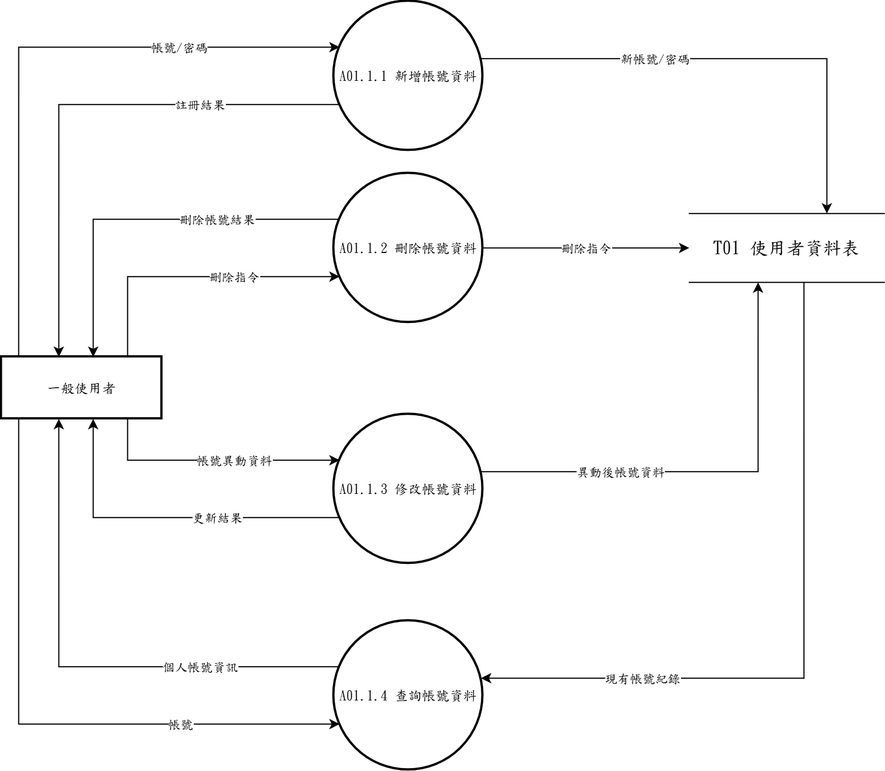
Earlier version of the draw.io export 系統文件/第6章/DFD圖/圖1/新/圖1-1.drawio.png (s22452007/115502). Source tidied: cells renumbered, new cells last; positions are measured from the earlier drawing's top-left corner, leaving out a move shared by most shapes.
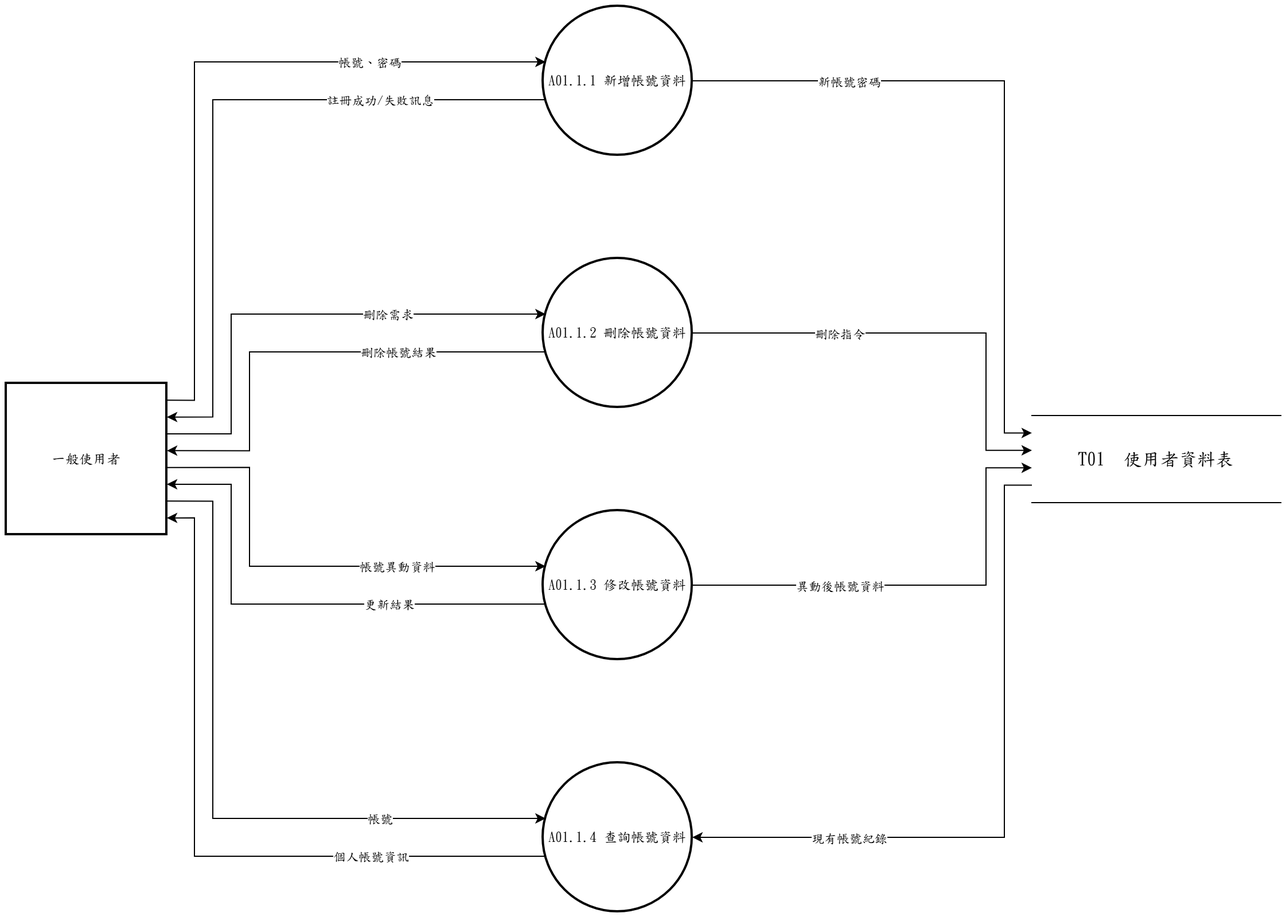
Later version of the same file.

The edit, as a diff of the source:
```diff
@@ -2,139 +2,155 @@
   <root>
     <mxCell id="0" />
     <mxCell id="1" parent="0" />
-    <mxCell id="2" value="一般使用者" style="whiteSpace=wrap;strokeWidth=2;fontFamily=標楷體;" parent="1" vertex="1">
-      <mxGeometry y="310" width="140" height="54" as="geometry" />
-    </mxCell>
-    <mxCell id="3" value="A01.1.1 新增帳號資料" style="ellipse;strokeWidth=2;whiteSpace=wrap;fontFamily=標楷體;" parent="1" vertex="1">
-      <mxGeometry x="290" width="130" height="130" as="geometry" />
+    <mxCell id="3" value="A01.1.1 新增帳號資料" style="ellipse;strokeWidth=2;whiteSpace=wrap;html=1;fontFamily=標楷體;" parent="1" vertex="1">
+      <mxGeometry x="468" y="40" width="130" height="130" as="geometry" />
     </mxCell>
-    <mxCell id="4" value="A01.1.2 刪除帳號資料" style="ellipse;strokeWidth=2;whiteSpace=wrap;fontFamily=標楷體;" parent="1" vertex="1">
-      <mxGeometry x="290" y="150" width="130" height="130" as="geometry" />
+    <mxCell id="4" value="A01.1.2 刪除帳號資料" style="ellipse;strokeWidth=2;whiteSpace=wrap;html=1;fontFamily=標楷體;" parent="1" vertex="1">
+      <mxGeometry x="468" y="260" width="130" height="130" as="geometry" />
     </mxCell>
-    <mxCell id="5" value="A01.1.3 修改帳號資料" style="ellipse;strokeWidth=2;whiteSpace=wrap;fontFamily=標楷體;" parent="1" vertex="1">
-      <mxGeometry x="290" y="360" width="130" height="130" as="geometry" />
+    <mxCell id="5" value="A01.1.3 修改帳號資料" style="ellipse;strokeWidth=2;whiteSpace=wrap;html=1;fontFamily=標楷體;" parent="1" vertex="1">
+      <mxGeometry x="468" y="480" width="130" height="130" as="geometry" />
     </mxCell>
-    <mxCell id="6" value="A01.1.4 查詢帳號資料" style="ellipse;strokeWidth=2;whiteSpace=wrap;fontFamily=標楷體;" parent="1" vertex="1">
-      <mxGeometry x="290" y="540" width="130" height="130" as="geometry" />
+    <mxCell id="6" value="A01.1.4 查詢帳號資料" style="ellipse;strokeWidth=2;whiteSpace=wrap;html=1;fontFamily=標楷體;" parent="1" vertex="1">
+      <mxGeometry x="468" y="700" width="130" height="130" as="geometry" />
     </mxCell>
+    <mxCell id="2" value="一般使用者" style="whiteSpace=wrap;strokeWidth=2;html=1;fontFamily=標楷體;" parent="1" vertex="1">
+      <mxGeometry y="369" width="140" height="132" as="geometry" />
+    </mxCell>
-    <mxCell id="7" value="&lt;span lang=&quot;EN-US&quot; style=&quot;font-size: 12pt;&quot;&gt;T01&amp;nbsp;&lt;/span&gt;&lt;span style=&quot;font-size: 12pt;&quot;&gt;使用者資料表&lt;/span&gt;" style="shape=partialRectangle;whiteSpace=wrap;html=1;left=0;right=0;fontFamily=標楷體;" parent="1" vertex="1">
-      <mxGeometry x="600" y="185" width="170" height="60" as="geometry" />
+    <mxCell id="7" value="T01  使用者資料表" style="shape=partialRectangle;whiteSpace=wrap;html=1;left=0;right=0;fontFamily=標楷體;fontSize=16;" parent="1" vertex="1">
+      <mxGeometry x="894" y="397" width="217" height="76" as="geometry" />
     </mxCell>
-    <mxCell id="8" style="edgeStyle=orthogonalEdgeStyle;rounded=0;jettySize=auto;html=1;exitX=0.1071;exitY=0.0000;exitDx=0;exitDy=0;exitPerimeter=0;entryX=0.0385;entryY=0.3077;entryDx=0;entryDy=0;entryPerimeter=0;" parent="1" edge="1" source="2" target="3">
+    <mxCell id="8" style="edgeStyle=none;rounded=0;html=1;fontFamily=標楷體;endArrow=classic;exitX=1.0000;exitY=0.1111;exitDx=0;exitDy=0;exitPerimeter=0;entryX=0.0163;entryY=0.3733;entryDx=0;entryDy=0;entryPerimeter=0;" parent="1" edge="1" source="2" target="3">
       <mxGeometry relative="1" as="geometry">
         <Array as="points">
-          <mxPoint x="15" y="40" />
+          <mxPoint x="164" y="383.7" />
+          <mxPoint x="164" y="88.5" />
         </Array>
       </mxGeometry>
     </mxCell>
-    <mxCell id="9" value="帳號/密碼" style="edgeLabel;html=1;align=center;verticalAlign=middle;fontFamily=標楷體;" parent="8" vertex="1">
-      <mxGeometry x="0.49" relative="1" as="geometry" />
-    </mxCell>
+    <mxCell id="32" value="帳號、密碼" style="edgeLabel;html=1;align=center;verticalAlign=middle;fontFamily=標楷體;" parent="8" vertex="1">
+      <mxGeometry x="0.51" relative="1" as="geometry" />
+    </mxCell>
-    <mxCell id="10" style="edgeStyle=orthogonalEdgeStyle;rounded=0;jettySize=auto;html=1;exitX=0.0385;exitY=0.6923;exitDx=0;exitDy=0;exitPerimeter=0;entryX=0.3571;entryY=0.0000;entryDx=0;entryDy=0;entryPerimeter=0;" parent="1" edge="1" source="3" target="2">
+    <mxCell id="10" style="edgeStyle=none;rounded=0;html=1;fontFamily=標楷體;endArrow=classic;exitX=0.0163;exitY=0.6267;exitDx=0;exitDy=0;exitPerimeter=0;entryX=1.0000;entryY=0.2222;entryDx=0;entryDy=0;entryPerimeter=0;" parent="1" edge="1" source="3" target="2">
       <mxGeometry relative="1" as="geometry">
         <Array as="points">
-          <mxPoint x="50" y="90" />
+          <mxPoint x="180" y="121.5" />
+          <mxPoint x="180" y="398.3" />
         </Array>
       </mxGeometry>
     </mxCell>
-    <mxCell id="11" value="註冊結果" style="edgeLabel;html=1;align=center;verticalAlign=middle;fontFamily=標楷體;" parent="10" vertex="1">
-      <mxGeometry x="-0.47" relative="1" as="geometry" />
-    </mxCell>
+    <mxCell id="33" value="註冊成功/失敗訊息" style="edgeLabel;html=1;align=center;verticalAlign=middle;fontFamily=標楷體;" parent="10" vertex="1">
+      <mxGeometry x="-0.52" relative="1" as="geometry" />
+    </mxCell>
+    <mxCell id="24" style="edgeStyle=none;rounded=0;html=1;fontFamily=標楷體;endArrow=classic;exitX=1.0000;exitY=0.5000;exitDx=0;exitDy=0;exitPerimeter=0;entryX=0.0000;entryY=0.2000;entryDx=0;entryDy=0;entryPerimeter=0;" parent="1" edge="1" source="3" target="7">
+      <mxGeometry relative="1" as="geometry">
+        <Array as="points">
+          <mxPoint x="870" y="105" />
+          <mxPoint x="870" y="412.2" />
+        </Array>
+      </mxGeometry>
+    </mxCell>
+    <mxCell id="34" value="新帳號密碼" style="edgeLabel;html=1;align=center;verticalAlign=middle;fontFamily=標楷體;" parent="24" vertex="1">
+      <mxGeometry x="-0.55" relative="1" as="geometry" />
+    </mxCell>
+    <mxCell id="14" style="edgeStyle=none;rounded=0;html=1;fontFamily=標楷體;endArrow=classic;exitX=1.0000;exitY=0.3333;exitDx=0;exitDy=0;exitPerimeter=0;entryX=0.0163;entryY=0.3733;entryDx=0;entryDy=0;entryPerimeter=0;" parent="1" edge="1" source="2" target="4">
+      <mxGeometry relative="1" as="geometry">
+        <Array as="points">
+          <mxPoint x="196" y="413" />
+          <mxPoint x="196" y="308.5" />
+        </Array>
+      </mxGeometry>
+    </mxCell>
+    <mxCell id="35" value="刪除需求" style="edgeLabel;html=1;align=center;verticalAlign=middle;fontFamily=標楷體;" parent="14" vertex="1">
+      <mxGeometry x="0.37" relative="1" as="geometry" />
+    </mxCell>
-    <mxCell id="12" style="edgeStyle=orthogonalEdgeStyle;rounded=0;jettySize=auto;html=1;exitX=0.0385;exitY=0.3077;exitDx=0;exitDy=0;exitPerimeter=0;entryX=0.5714;entryY=0.0000;entryDx=0;entryDy=0;entryPerimeter=0;" parent="1" edge="1" source="4" target="2">
+    <mxCell id="12" style="edgeStyle=none;rounded=0;html=1;fontFamily=標楷體;endArrow=classic;exitX=0.0163;exitY=0.6267;exitDx=0;exitDy=0;exitPerimeter=0;entryX=1.0000;entryY=0.4444;entryDx=0;entryDy=0;entryPerimeter=0;" parent="1" edge="1" source="4" target="2">
       <mxGeometry relative="1" as="geometry">
         <Array as="points">
-          <mxPoint x="80" y="190" />
+          <mxPoint x="212" y="341.5" />
+          <mxPoint x="212" y="427.7" />
         </Array>
       </mxGeometry>
     </mxCell>
     <mxCell id="13" value="刪除帳號結果" style="edgeLabel;html=1;align=center;verticalAlign=middle;fontFamily=標楷體;" parent="12" vertex="1">
-      <mxGeometry x="-0.36" relative="1" as="geometry" />
+      <mxGeometry x="-0.38" relative="1" as="geometry" />
     </mxCell>
-    <mxCell id="14" style="edgeStyle=orthogonalEdgeStyle;rounded=0;jettySize=auto;html=1;exitX=0.7857;exitY=0.0000;exitDx=0;exitDy=0;exitPerimeter=0;entryX=0.0385;entryY=0.6923;entryDx=0;entryDy=0;entryPerimeter=0;" parent="1" edge="1" source="2" target="4">
-      <mxGeometry relative="1" as="geometry">
-        <Array as="points">
-          <mxPoint x="110" y="240" />
-        </Array>
-      </mxGeometry>
-    </mxCell>
-    <mxCell id="15" value="刪除指令" style="edgeLabel;html=1;align=center;verticalAlign=middle;fontFamily=標楷體;" parent="14" vertex="1">
-      <mxGeometry x="0.27" relative="1" as="geometry" />
-    </mxCell>
+    <mxCell id="26" style="edgeStyle=none;rounded=0;html=1;fontFamily=標楷體;endArrow=classic;exitX=1.0000;exitY=0.5000;exitDx=0;exitDy=0;exitPerimeter=0;entryX=0.0000;entryY=0.4000;entryDx=0;entryDy=0;entryPerimeter=0;" parent="1" edge="1" source="4" target="7">
+      <mxGeometry relative="1" as="geometry">
+        <Array as="points">
+          <mxPoint x="854" y="325" />
+          <mxPoint x="854" y="427.4" />
+        </Array>
+      </mxGeometry>
+    </mxCell>
+    <mxCell id="36" value="刪除指令" style="edgeLabel;html=1;align=center;verticalAlign=middle;fontFamily=標楷體;" parent="26" vertex="1">
+      <mxGeometry x="-0.36" relative="1" as="geometry" />
+    </mxCell>
-    <mxCell id="16" style="edgeStyle=orthogonalEdgeStyle;rounded=0;jettySize=auto;html=1;exitX=0.7857;exitY=1.0000;exitDx=0;exitDy=0;exitPerimeter=0;entryX=0.0385;entryY=0.3077;entryDx=0;entryDy=0;entryPerimeter=0;" parent="1" edge="1" source="2" target="5">
+    <mxCell id="16" style="edgeStyle=none;rounded=0;html=1;fontFamily=標楷體;endArrow=classic;exitX=1.0000;exitY=0.5556;exitDx=0;exitDy=0;exitPerimeter=0;entryX=0.0163;entryY=0.3733;entryDx=0;entryDy=0;entryPerimeter=0;" parent="1" edge="1" source="2" target="5">
       <mxGeometry relative="1" as="geometry">
         <Array as="points">
-          <mxPoint x="110" y="400" />
+          <mxPoint x="212" y="442.3" />
+          <mxPoint x="212" y="528.5" />
         </Array>
       </mxGeometry>
     </mxCell>
     <mxCell id="17" value="帳號異動資料" style="edgeLabel;html=1;align=center;verticalAlign=middle;fontFamily=標楷體;" parent="16" vertex="1">
-      <mxGeometry x="0.16" relative="1" as="geometry" />
+      <mxGeometry x="0.38" relative="1" as="geometry" />
     </mxCell>
-    <mxCell id="18" style="edgeStyle=orthogonalEdgeStyle;rounded=0;jettySize=auto;html=1;exitX=0.0385;exitY=0.6923;exitDx=0;exitDy=0;exitPerimeter=0;entryX=0.5714;entryY=1.0000;entryDx=0;entryDy=0;entryPerimeter=0;" parent="1" edge="1" source="5" target="2">
+    <mxCell id="18" style="edgeStyle=none;rounded=0;html=1;fontFamily=標楷體;endArrow=classic;exitX=0.0163;exitY=0.6267;exitDx=0;exitDy=0;exitPerimeter=0;entryX=1.0000;entryY=0.6667;entryDx=0;entryDy=0;entryPerimeter=0;" parent="1" edge="1" source="5" target="2">
       <mxGeometry relative="1" as="geometry">
         <Array as="points">
-          <mxPoint x="80" y="450" />
+          <mxPoint x="196" y="561.5" />
+          <mxPoint x="196" y="457" />
         </Array>
       </mxGeometry>
     </mxCell>
     <mxCell id="19" value="更新結果" style="edgeLabel;html=1;align=center;verticalAlign=middle;fontFamily=標楷體;" parent="18" vertex="1">
-      <mxGeometry x="-0.29" relative="1" as="geometry" />
+      <mxGeometry x="-0.37" relative="1" as="geometry" />
     </mxCell>
+    <mxCell id="28" style="edgeStyle=none;rounded=0;html=1;fontFamily=標楷體;endArrow=classic;exitX=1.0000;exitY=0.5000;exitDx=0;exitDy=0;exitPerimeter=0;entryX=0.0000;entryY=0.6000;entryDx=0;entryDy=0;entryPerimeter=0;" parent="1" edge="1" source="5" target="7">
+      <mxGeometry relative="1" as="geometry">
+        <Array as="points">
+          <mxPoint x="854" y="545" />
+          <mxPoint x="854" y="442.6" />
+        </Array>
+      </mxGeometry>
+    </mxCell>
+    <mxCell id="29" value="異動後帳號資料" style="edgeLabel;html=1;align=center;verticalAlign=middle;fontFamily=標楷體;" parent="28" vertex="1">
+      <mxGeometry x="-0.36" relative="1" as="geometry" />
+    </mxCell>
+    <mxCell id="22" style="edgeStyle=none;rounded=0;html=1;fontFamily=標楷體;endArrow=classic;exitX=1.0000;exitY=0.7778;exitDx=0;exitDy=0;exitPerimeter=0;entryX=0.0163;entryY=0.3733;entryDx=0;entryDy=0;entryPerimeter=0;" parent="1" edge="1" source="2" target="6">
+      <mxGeometry relative="1" as="geometry">
+        <Array as="points">
+          <mxPoint x="180" y="471.7" />
+          <mxPoint x="180" y="748.5" />
+        </Array>
+      </mxGeometry>
+    </mxCell>
+    <mxCell id="23" value="帳號" style="edgeLabel;html=1;align=center;verticalAlign=middle;fontFamily=標楷體;" parent="22" vertex="1">
+      <mxGeometry x="0.52" relative="1" as="geometry" />
+    </mxCell>
+    <mxCell id="30" style="edgeStyle=none;rounded=0;html=1;fontFamily=標楷體;endArrow=classic;exitX=0.0000;exitY=0.8000;exitDx=0;exitDy=0;exitPerimeter=0;entryX=1.0000;entryY=0.5000;entryDx=0;entryDy=0;entryPerimeter=0;" parent="1" edge="1" source="7" target="6">
+      <mxGeometry relative="1" as="geometry">
+        <Array as="points">
+          <mxPoint x="870" y="457.8" />
+          <mxPoint x="870" y="765" />
+        </Array>
+      </mxGeometry>
+    </mxCell>
+    <mxCell id="31" value="現有帳號紀錄" style="edgeLabel;html=1;align=center;verticalAlign=middle;fontFamily=標楷體;" parent="30" vertex="1">
+      <mxGeometry x="0.55" relative="1" as="geometry" />
+    </mxCell>
-    <mxCell id="20" style="edgeStyle=orthogonalEdgeStyle;rounded=0;jettySize=auto;html=1;exitX=0.0385;exitY=0.3077;exitDx=0;exitDy=0;exitPerimeter=0;entryX=0.3571;entryY=1.0000;entryDx=0;entryDy=0;entryPerimeter=0;" parent="1" edge="1" source="6" target="2">
+    <mxCell id="20" style="edgeStyle=none;rounded=0;html=1;fontFamily=標楷體;endArrow=classic;exitX=0.0163;exitY=0.6267;exitDx=0;exitDy=0;exitPerimeter=0;entryX=1.0000;entryY=0.8889;entryDx=0;entryDy=0;entryPerimeter=0;" parent="1" edge="1" source="6" target="2">
       <mxGeometry relative="1" as="geometry">
         <Array as="points">
-          <mxPoint x="50" y="580" />
+          <mxPoint x="164" y="781.5" />
+          <mxPoint x="164" y="486.3" />
         </Array>
       </mxGeometry>
     </mxCell>
     <mxCell id="21" value="個人帳號資訊" style="edgeLabel;html=1;align=center;verticalAlign=middle;fontFamily=標楷體;" parent="20" vertex="1">
-      <mxGeometry x="-0.47" relative="1" as="geometry" />
+      <mxGeometry x="-0.51" relative="1" as="geometry" />
     </mxCell>
-    <mxCell id="22" style="edgeStyle=orthogonalEdgeStyle;rounded=0;jettySize=auto;html=1;exitX=0.1071;exitY=1.0000;exitDx=0;exitDy=0;exitPerimeter=0;entryX=0.0385;entryY=0.6923;entryDx=0;entryDy=0;entryPerimeter=0;" parent="1" edge="1" source="2" target="6">
-      <mxGeometry relative="1" as="geometry">
-        <Array as="points">
-          <mxPoint x="15" y="630" />
-        </Array>
-      </mxGeometry>
-    </mxCell>
-    <mxCell id="23" value="帳號" style="edgeLabel;html=1;align=center;verticalAlign=middle;fontFamily=標楷體;" parent="22" vertex="1">
-      <mxGeometry x="0.49" relative="1" as="geometry" />
-    </mxCell>
-    <mxCell id="24" style="edgeStyle=orthogonalEdgeStyle;rounded=0;jettySize=auto;html=1;exitX=0.9865;exitY=0.3846;exitDx=0;exitDy=0;exitPerimeter=0;entryX=0.7059;entryY=0.0000;entryDx=0;entryDy=0;entryPerimeter=0;" parent="1" edge="1" source="3" target="7">
-      <mxGeometry relative="1" as="geometry">
-        <Array as="points">
-          <mxPoint x="720" y="50" />
-        </Array>
-      </mxGeometry>
-    </mxCell>
-    <mxCell id="25" value="新帳號/密碼" style="edgeLabel;html=1;align=center;verticalAlign=middle;fontFamily=標楷體;" parent="24" vertex="1">
-      <mxGeometry x="-0.31" relative="1" as="geometry" />
-    </mxCell>
-    <mxCell id="26" style="edgeStyle=orthogonalEdgeStyle;rounded=0;jettySize=auto;html=1;exitX=1.0000;exitY=0.5000;exitDx=0;exitDy=0;exitPerimeter=0;entryX=0.0000;entryY=0.5000;entryDx=0;entryDy=0;entryPerimeter=0;" parent="1" edge="1" source="4" target="7">
-      <mxGeometry relative="1" as="geometry" />
-    </mxCell>
-    <mxCell id="27" value="刪除指令" style="edgeLabel;html=1;align=center;verticalAlign=middle;fontFamily=標楷體;" parent="26" vertex="1">
-      <mxGeometry relative="1" as="geometry" />
-    </mxCell>
-    <mxCell id="28" style="edgeStyle=orthogonalEdgeStyle;rounded=0;jettySize=auto;html=1;exitX=0.9865;exitY=0.3846;exitDx=0;exitDy=0;exitPerimeter=0;entryX=0.3529;entryY=1.0000;entryDx=0;entryDy=0;entryPerimeter=0;" parent="1" edge="1" source="5" target="7">
-      <mxGeometry relative="1" as="geometry">
-        <Array as="points">
-          <mxPoint x="660" y="410" />
-        </Array>
-      </mxGeometry>
-    </mxCell>
-    <mxCell id="29" value="異動後帳號資料" style="edgeLabel;html=1;align=center;verticalAlign=middle;fontFamily=標楷體;" parent="28" vertex="1">
-      <mxGeometry x="-0.41" relative="1" as="geometry" />
-    </mxCell>
-    <mxCell id="30" style="edgeStyle=orthogonalEdgeStyle;rounded=0;jettySize=auto;html=1;exitX=0.5882;exitY=1.0000;exitDx=0;exitDy=0;exitPerimeter=0;entryX=0.9865;entryY=0.3846;entryDx=0;entryDy=0;entryPerimeter=0;" parent="1" edge="1" source="7" target="6">
-      <mxGeometry relative="1" as="geometry">
-        <Array as="points">
-          <mxPoint x="700" y="590" />
-        </Array>
-      </mxGeometry>
-    </mxCell>
-    <mxCell id="31" value="現有帳號紀錄" style="edgeLabel;html=1;align=center;verticalAlign=middle;fontFamily=標楷體;" parent="30" vertex="1">
-      <mxGeometry x="0.55" relative="1" as="geometry" />
-    </mxCell>
   </root>
 </mxGraphModel>
```
